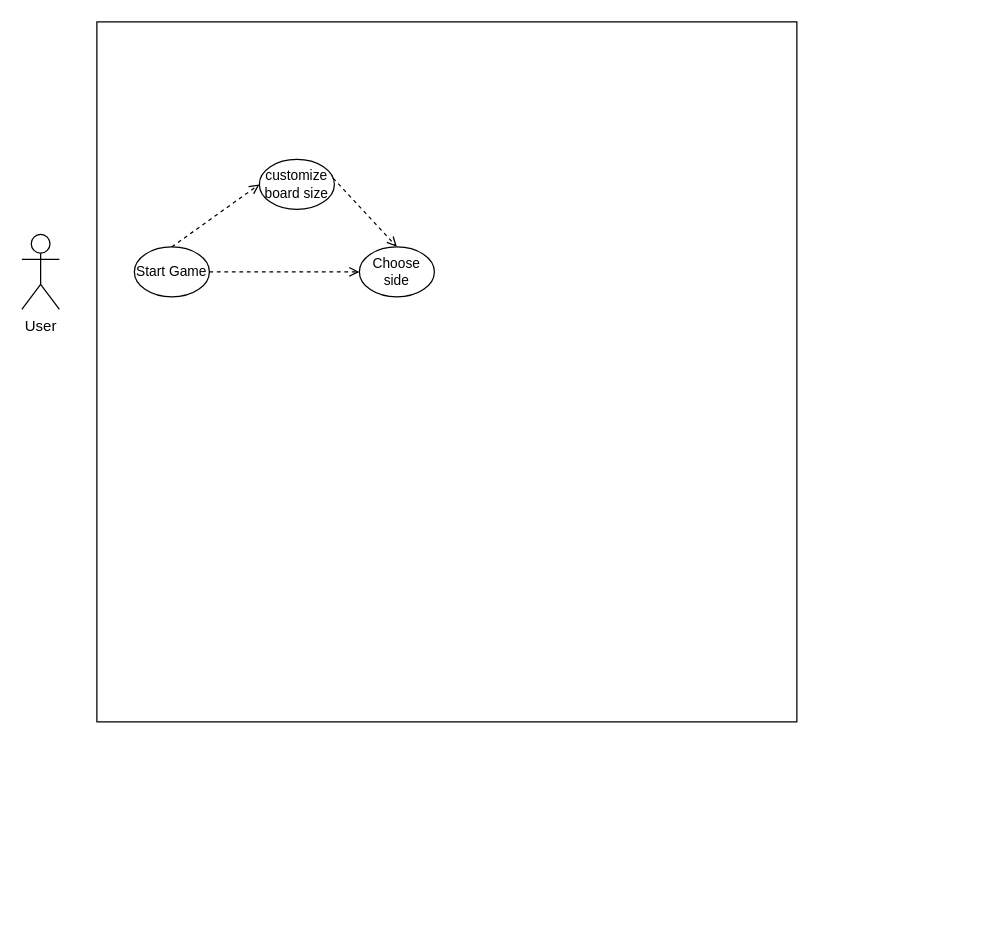
This is Iteration_1/Backend/UseCaseDiagrams/backend_UseCaseDiagram.drawio from m-yoon02/Condensation, a draw.io file, before an edit. Source tidied: cells renumbered, new cells numbered last; positions are measured from the earlier drawing's top-left corner, leaving out a move shared by most shapes. Both pictures are drawn from the tidied source at 125%, with x=0, y=0 at pixel (21, 21).
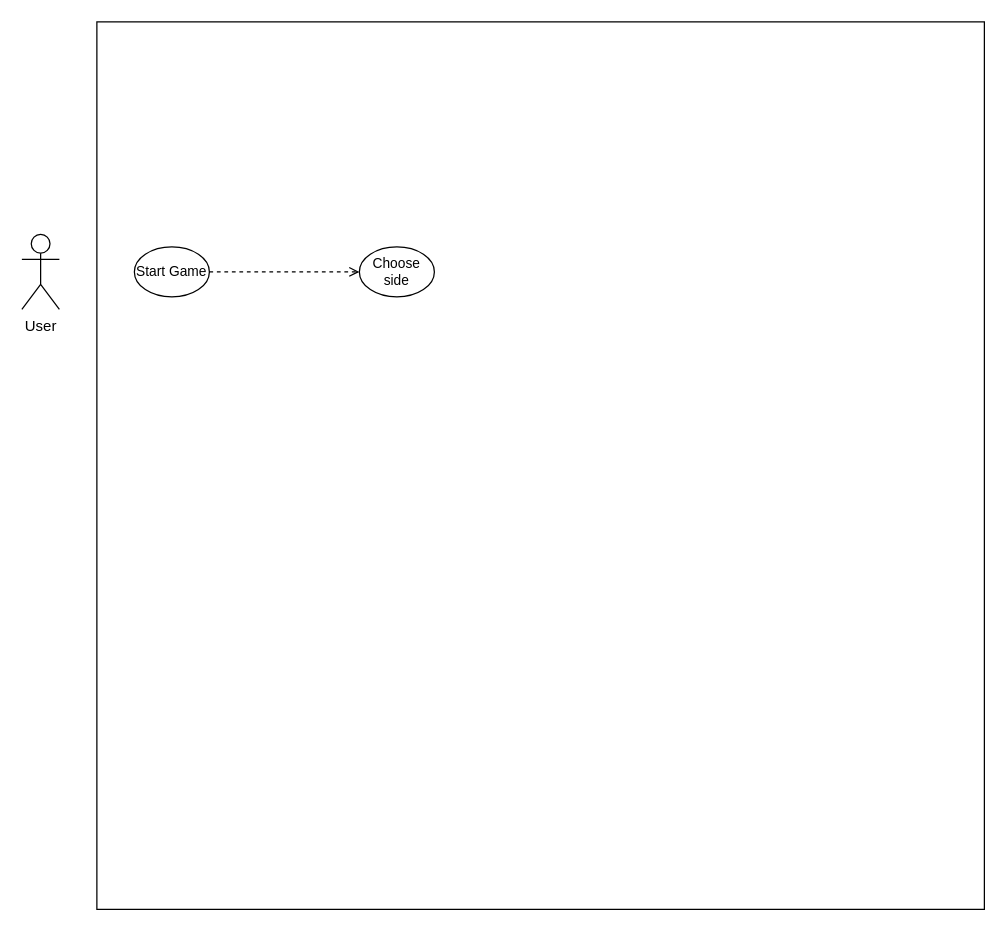
Above is the later version.

Commit message:
removed customize board size.

The edit, as a diff of the source:
```diff
@@
 <mxGraphModel>
   <root>
     <mxCell id="0" />
     <mxCell id="1" parent="0" />
     <mxCell id="2" style="whiteSpace=wrap;html=1;" parent="1" vertex="1">
-      <mxGeometry x="60" width="560" height="560" as="geometry" />
+      <mxGeometry x="60" width="710" height="710" as="geometry" />
     </mxCell>
     <mxCell id="3" value="User" style="shape=umlActor;verticalLabelPosition=bottom;verticalAlign=top;html=1;" parent="1" vertex="1">
       <mxGeometry y="170" width="30" height="60" as="geometry" />
     </mxCell>
     <mxCell id="4" value="Start Game" style="ellipse;whiteSpace=wrap;html=1;fontSize=11;" parent="1" vertex="1">
       <mxGeometry x="90" y="180" width="60" height="40" as="geometry" />
     </mxCell>
-    <mxCell id="5" value="customize board size" style="ellipse;whiteSpace=wrap;html=1;fontSize=11;" parent="1" vertex="1">
-      <mxGeometry x="190" y="110" width="60" height="40" as="geometry" />
-    </mxCell>
     <mxCell id="6" value="Choose side" style="ellipse;whiteSpace=wrap;html=1;fontSize=11;" parent="1" vertex="1">
       <mxGeometry x="270" y="180" width="60" height="40" as="geometry" />
     </mxCell>
     <mxCell id="7" style="endArrow=open;dashed=1;html=1;rounded=0;exitX=1;exitY=0.5;exitDx=0;exitDy=0;entryX=0;entryY=0.5;entryDx=0;entryDy=0;endFill=0;" parent="1" edge="1" source="4" target="6">
       <mxGeometry relative="1" as="geometry" />
     </mxCell>
-    <mxCell id="8" style="endArrow=open;dashed=1;html=1;rounded=0;exitX=0.5;exitY=0;exitDx=0;exitDy=0;entryX=0;entryY=0.5;entryDx=0;entryDy=0;endFill=0;" parent="1" edge="1" source="4" target="5">
-      <mxGeometry relative="1" as="geometry" />
-    </mxCell>
-    <mxCell id="9" style="endArrow=open;dashed=1;html=1;rounded=0;exitX=0.983;exitY=0.375;exitDx=0;exitDy=0;entryX=0.5;entryY=0;entryDx=0;entryDy=0;endFill=0;exitPerimeter=0;" parent="1" edge="1" source="5" target="6">
-      <mxGeometry relative="1" as="geometry" />
-    </mxCell>
   </root>
 </mxGraphModel>
```
